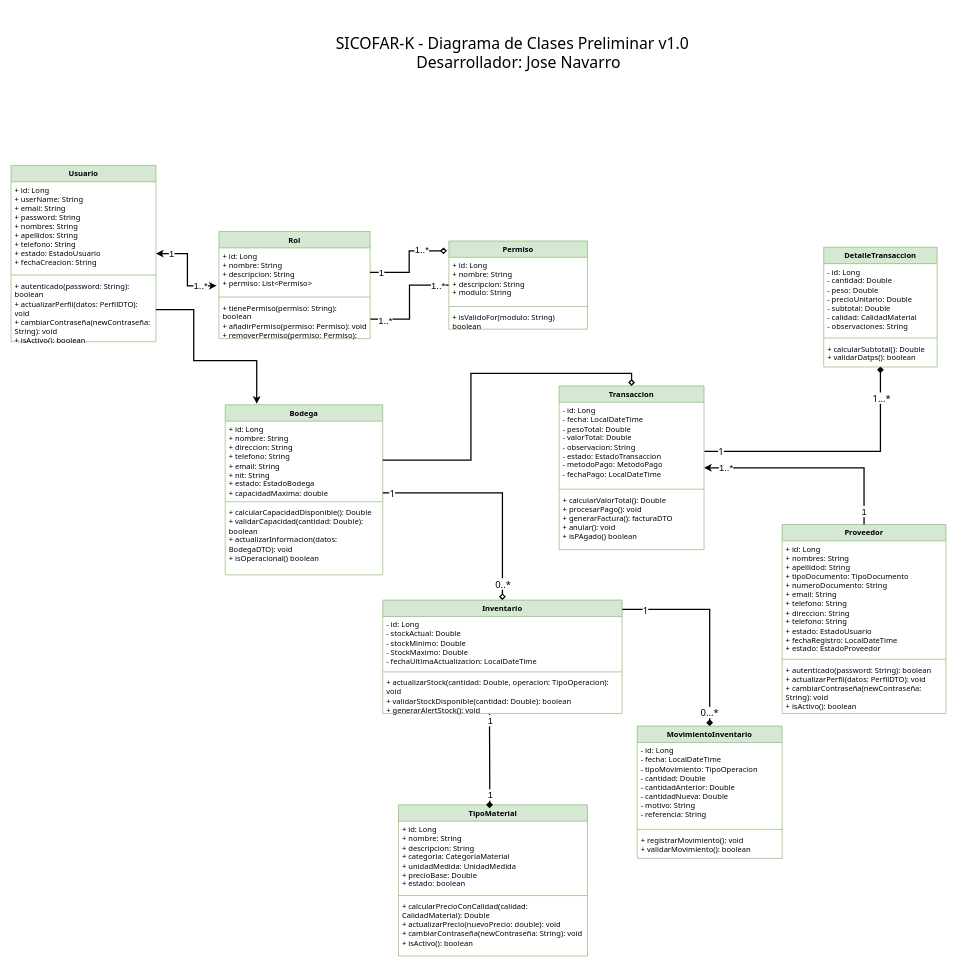
This is resources/diagrams-anexos/diagrama-clases-sicofar-k.drawio from jnavarrop26/sicofar-k, a draw.io file, before an edit. Source tidied: cells renumbered, new cells numbered last; positions are measured from the earlier drawing's top-left corner, leaving out a move shared by most shapes. Both pictures are drawn from the tidied source at 63%, with x=0, y=0 at pixel (11, 26).
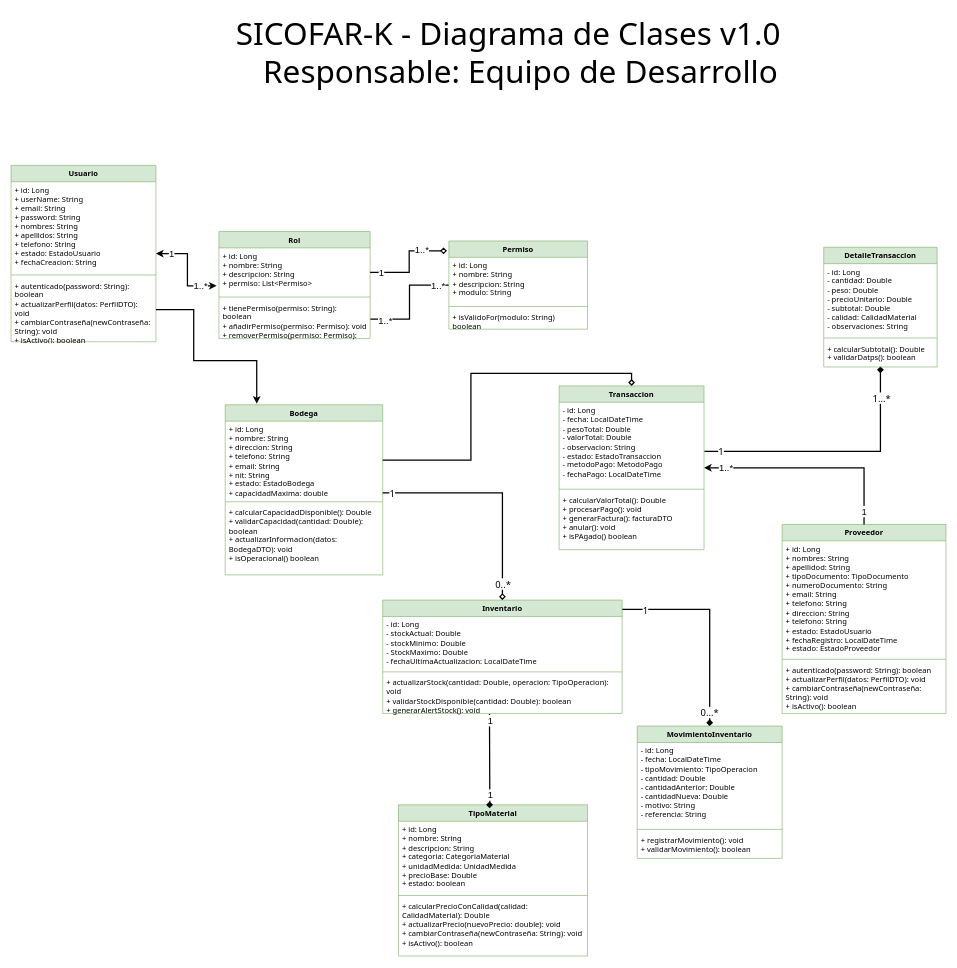
Above is the later version.

Change to the diagram source:
```diff
@@
-    <mxCell id="68" value="&lt;font face=&quot;Tahoma&quot;&gt;SICOFAR-K - Diagrama de Clases Preliminar v1.0&amp;nbsp;&amp;nbsp;&lt;/font&gt;&lt;div&gt;&lt;font face=&quot;Tahoma&quot;&gt;&amp;nbsp;Desarrollador: Jose Navarro&lt;/font&gt;&lt;/div&gt;" style="text;html=1;align=center;verticalAlign=middle;strokeColor=none;fillColor=none;fontSize=25;" parent="1" vertex="1">
-      <mxGeometry x="512" width="580" height="80" as="geometry" />
+    <mxCell id="68" value="&lt;font style=&quot;font-size: 50px;&quot; face=&quot;Tahoma&quot;&gt;SICOFAR-K - Diagrama de Clases v1.0&amp;nbsp;&amp;nbsp;&lt;/font&gt;&lt;div&gt;&lt;font style=&quot;font-size: 50px;&quot; face=&quot;Tahoma&quot;&gt;&amp;nbsp;Responsable: Equipo de Desarrollo&lt;/font&gt;&lt;/div&gt;" style="text;html=1;align=center;verticalAlign=middle;strokeColor=none;fillColor=none;fontSize=25;" parent="1" vertex="1">
+      <mxGeometry x="357" y="-25" width="890" height="130" as="geometry" />
     </mxCell>
```
